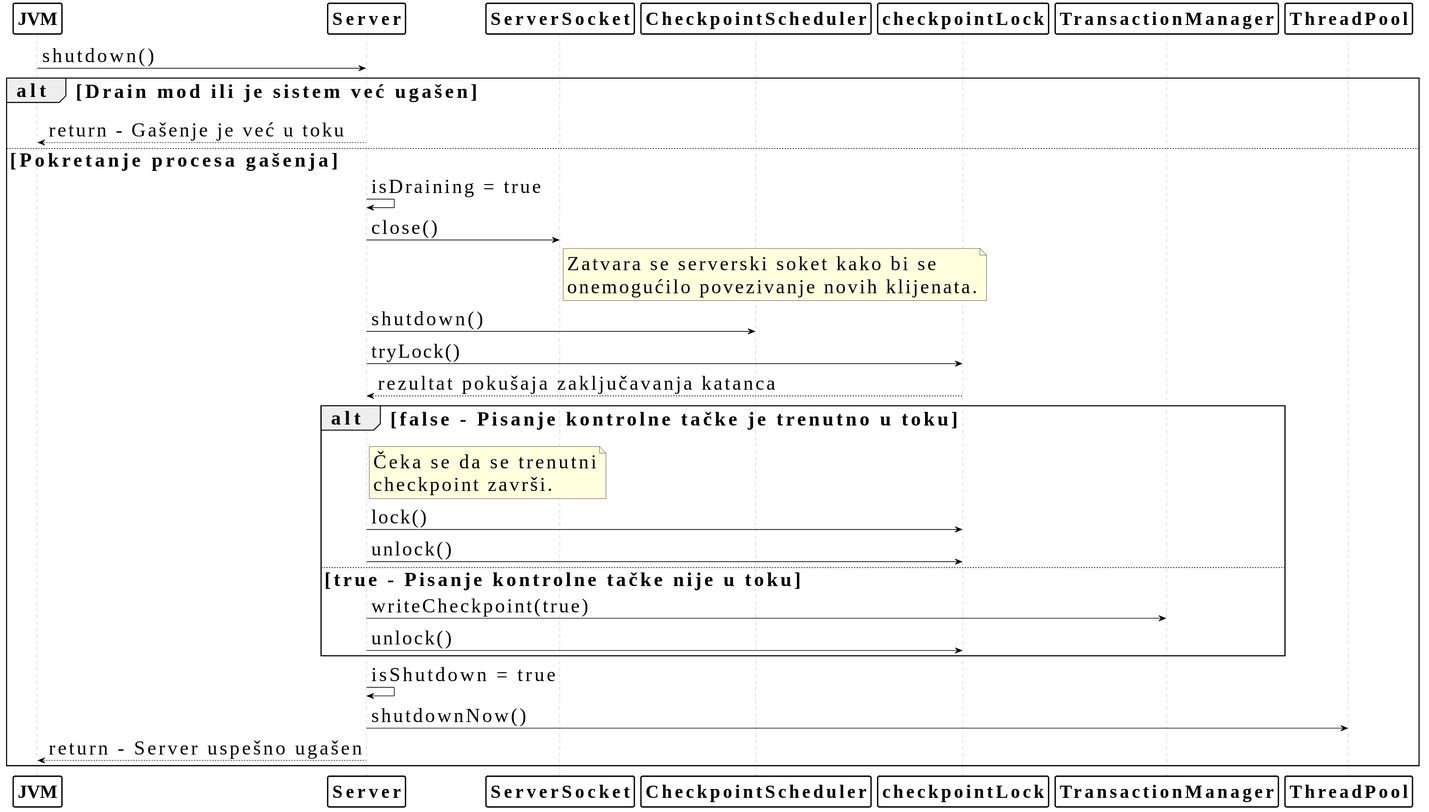
Earlier version of the PlantUML export thesis/dijagrami/sekvenca_gasenja_servera.svg (lukascobbler/lbdb).
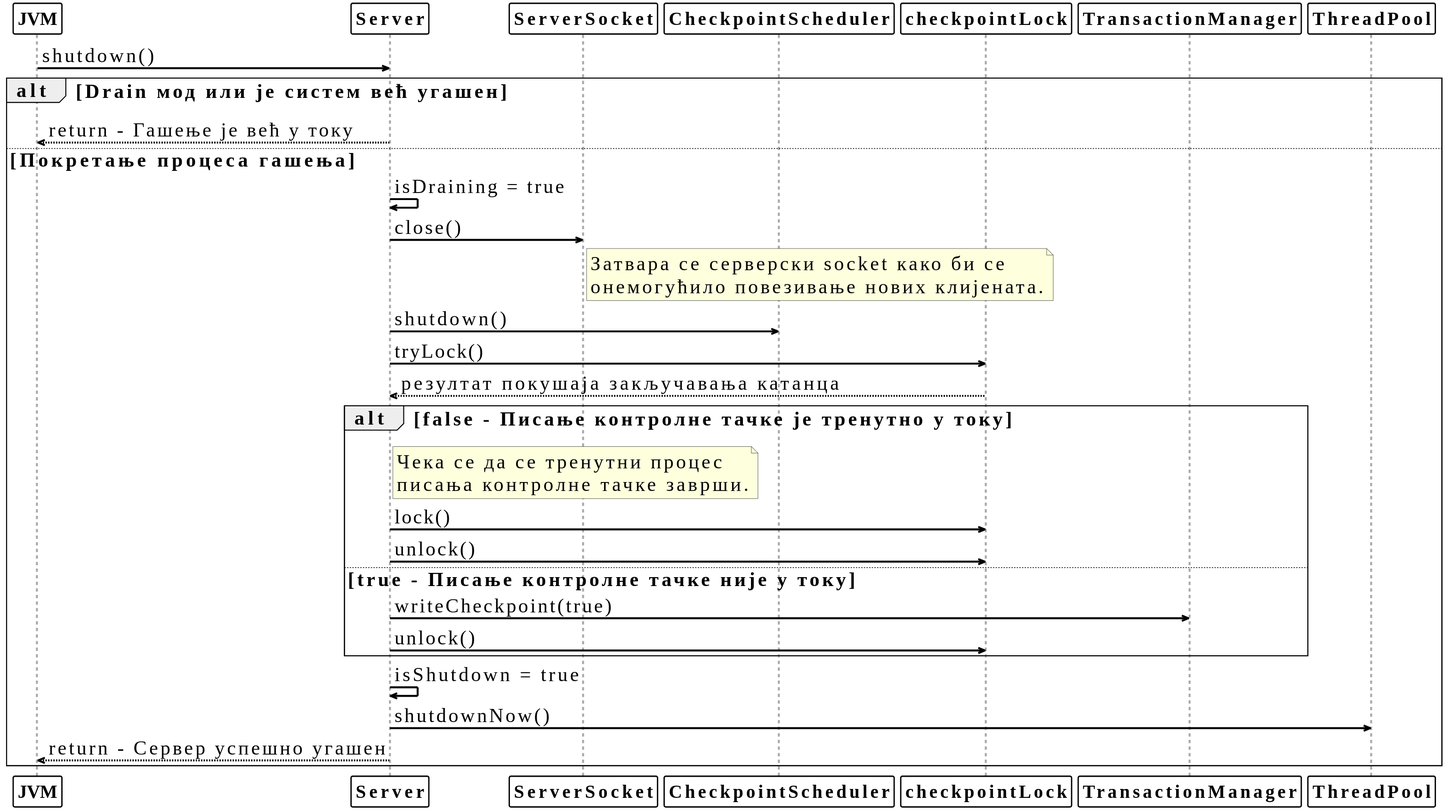
After the commit.

Diff of the diagram source:
```diff
@@ -22,6 +22,18 @@
 skinparam sequenceLifeLineBorderColor #A9A9A9
 skinparam sequenceLifeLineBackgroundColor #F0F0F0
 
+<style>
+sequenceDiagram {
+    lifeline {
+        LineThickness 3
+        RoundCorner 0
+    }
+    arrow {
+        LineThickness 3
+    }
+}
+</style>
+
 participant "JVM" as Sys
 participant "Server" as S
 participant "ServerSocket" as SS
@@ -30,40 +42,40 @@
 participant "TransactionManager" as TM
 participant "ThreadPool" as TP
 
-Sys -> S: shutdown()
+Sys ->> S: shutdown()
 
-alt Drain mod ili je sistem već ugašen
-    S --> Sys: return - Gašenje je već u toku
-else Pokretanje procesa gašenja
-    S -> S: isDraining = true
+alt Drain мод или је систем већ угашен
+    S -->> Sys: return - Гашење је већ у току
+else Покретање процеса гашења
+    S ->> S: isDraining = true
 
-    S -> SS: close()
+    S ->> SS: close()
     note right of SS
-      Zatvara se serverski soket kako bi se
-      onemogućilo povezivanje novih klijenata.
+      Затвара се серверски socket како би се
+      онемогућило повезивање нових клијената.
     end note
 
-    S -> CS: shutdown()
+    S ->> CS: shutdown()
 
-    S -> CL: tryLock()
-    CL --> S: rezultat pokušaja zaključavanja katanca
+    S ->> CL: tryLock()
+    CL -->> S: резултат покушаја закључавања катанца
 
-    alt false - Pisanje kontrolne tačke je trenutno u toku
+    alt false - Писање контролне тачке је тренутно у току
         note right of S
-          Čeka se da se trenutni
-          checkpoint završi.
+          Чека се да се тренутни процес
+          писања контролне тачке заврши.
         end note
-        S -> CL: lock()
-        S -> CL: unlock()
-    else true - Pisanje kontrolne tačke nije u toku
-        S -> TM: writeCheckpoint(true)
-        S -> CL: unlock()
+        S ->> CL: lock()
+        S ->> CL: unlock()
+    else true - Писање контролне тачке није у току
+        S ->> TM: writeCheckpoint(true)
+        S ->> CL: unlock()
     end
 
-    S -> S: isShutdown = true
+    S ->> S: isShutdown = true
 
-    S -> TP: shutdownNow()
+    S ->> TP: shutdownNow()
 
-    S --> Sys: return - Server uspešno ugašen
+    S -->> Sys: return - Сервер успешно угашен
 end
 @enduml
```
